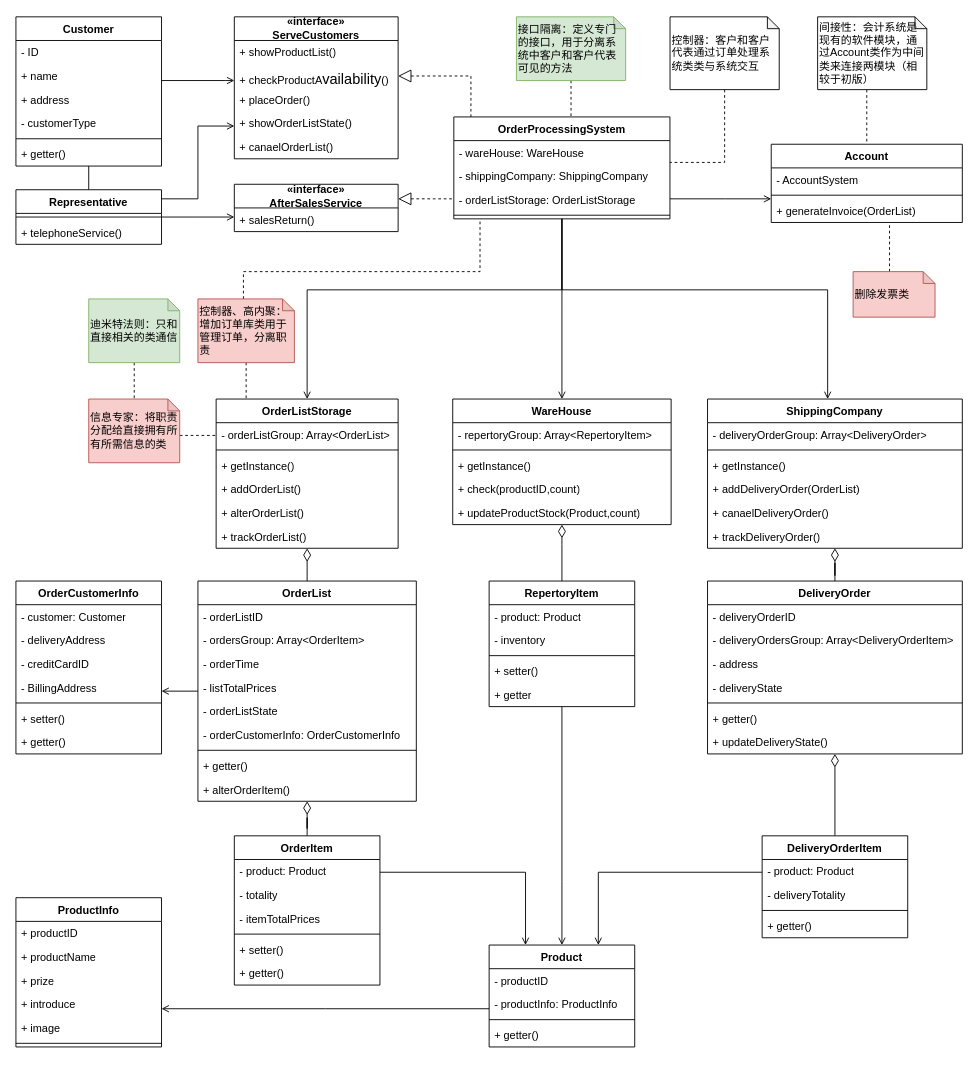
Above: orders_Class_improved_plus.drawio in yayaer123/drawio_demo (draw.io), before the change. Source tidied: cells renumbered, new cells numbered last; positions are measured from the earlier drawing's top-left corner, leaving out a move shared by most shapes. Both pictures are drawn from the tidied source at 91%, with x=0, y=0 at pixel (15, 16).
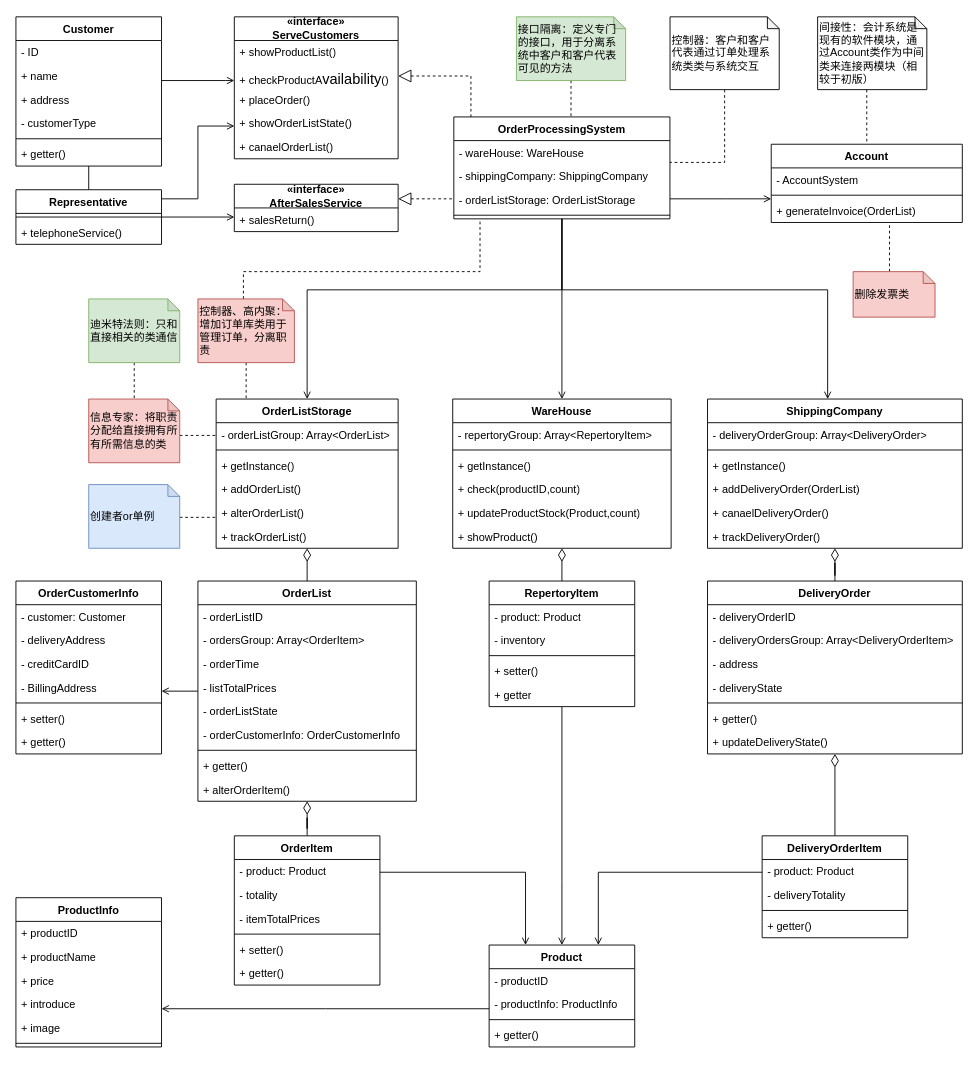
The same diagram, later.

The change refers to these unchanged cells:
```xml
<mxCell id="22" value="&lt;div style=&quot;text-align: left;&quot;&gt;&lt;span style=&quot;background-color: initial;&quot;&gt;ProductInfo&lt;/span&gt;&lt;/div&gt;" style="swimlane;fontStyle=1;align=center;verticalAlign=top;horizontal=1;startSize=26;whiteSpace=wrap;html=1;" parent="1" vertex="1">
  <mxGeometry y="968" width="160" height="164" as="geometry" />
</mxCell>
<mxCell id="112" value="OrderListStorage" style="swimlane;fontStyle=1;align=center;verticalAlign=top;horizontal=1;startSize=26;whiteSpace=wrap;html=1;" parent="1" vertex="1">
  <mxGeometry x="220" y="420" width="200" height="164" as="geometry" />
</mxCell>
```

What changed in the source:
```diff
@@
-    <mxCell id="25" value="+ prize" style="text;strokeColor=none;fillColor=none;align=left;verticalAlign=top;spacingLeft=4;spacingRight=4;overflow=hidden;whiteSpace=wrap;html=1;" parent="22" vertex="1">
+    <mxCell id="25" value="+ pric&lt;span style=&quot;background-color: initial;&quot;&gt;e&lt;/span&gt;" style="text;strokeColor=none;fillColor=none;align=left;verticalAlign=top;spacingLeft=4;spacingRight=4;overflow=hidden;whiteSpace=wrap;html=1;" parent="22" vertex="1">
       <mxGeometry y="78" width="160" height="26" as="geometry" />
     </mxCell>
@@
     <mxCell id="58" value="WareHouse" style="swimlane;fontStyle=1;align=center;verticalAlign=top;horizontal=1;startSize=26;whiteSpace=wrap;html=1;" parent="1" vertex="1">
-      <mxGeometry x="480" y="420" width="240" height="138" as="geometry" />
+      <mxGeometry x="480" y="420" width="240" height="164" as="geometry" />
     </mxCell>
@@
+    <mxCell id="140" value="+ showProduct()" style="text;strokeColor=none;fillColor=none;align=left;verticalAlign=top;spacingLeft=4;spacingRight=4;overflow=hidden;whiteSpace=wrap;html=1;" parent="58" vertex="1">
+      <mxGeometry y="138" width="240" height="26" as="geometry" />
+    </mxCell>
@@
+    <mxCell id="141" style="edgeStyle=orthogonalEdgeStyle;rounded=0;jettySize=auto;html=1;endArrow=none;endFill=0;dashed=1;" parent="1" edge="1" source="142" target="112">
+      <mxGeometry relative="1" as="geometry">
+        <Array as="points">
+          <mxPoint x="210" y="550" />
+          <mxPoint x="210" y="550" />
+        </Array>
+      </mxGeometry>
+    </mxCell>
+    <mxCell id="142" value="创建者or单例" style="shape=note;whiteSpace=wrap;html=1;backgroundOutline=1;darkOpacity=0.05;size=13;align=left;fillColor=#dae8fc;strokeColor=#6c8ebf;" parent="1" vertex="1">
+      <mxGeometry x="80" y="514" width="100" height="70" as="geometry" />
+    </mxCell>
```
